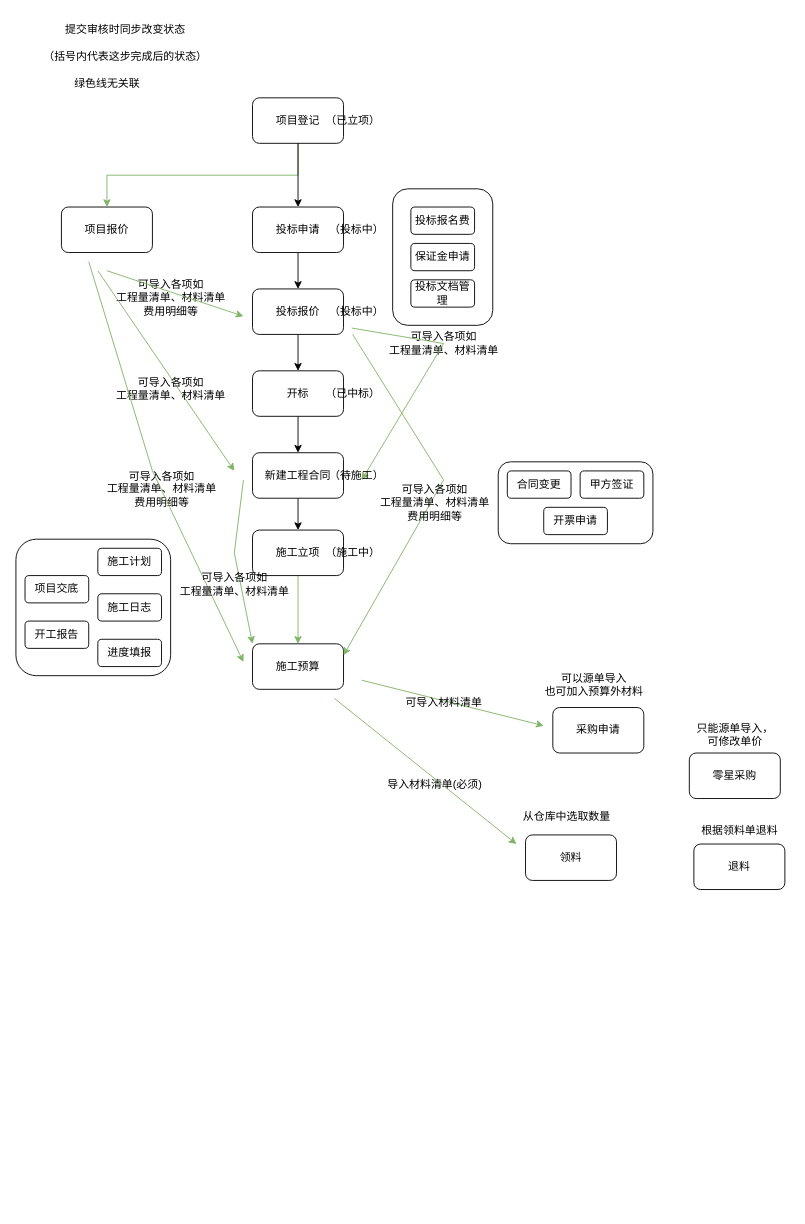
Before: 自定义项目管理.drawio in DearJJJ/my_design_pattern, a draw.io diagram. Source tidied: cells renumbered, new cells numbered last; positions are measured from the earlier drawing's top-left corner, leaving out a move shared by most shapes. Both pictures are drawn from the tidied source at 91%, with x=0, y=0 at pixel (15, 15).
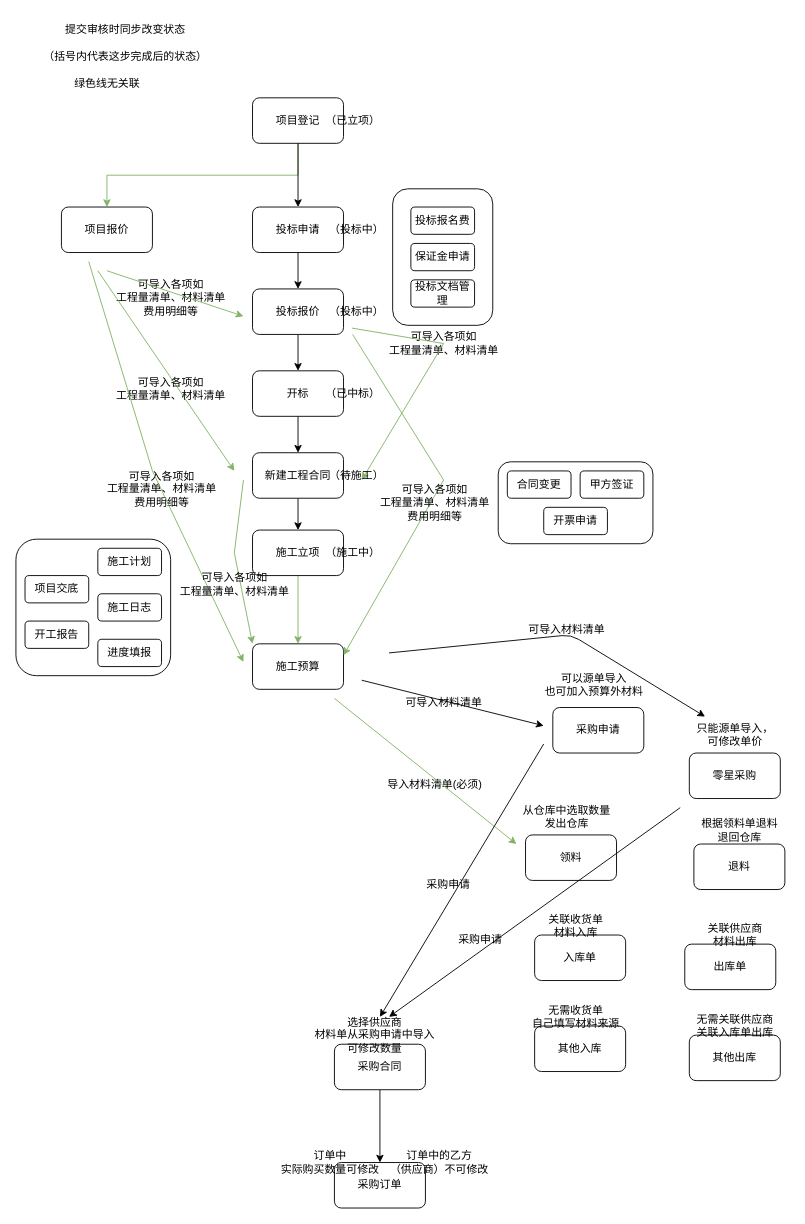
The same diagram, later.

Commit message:
更新自定义项目管理.drawio

Unchanged cells that the change refers to:
```xml
<mxCell id="50" value="只能源单导入，&lt;br&gt;可修改单价" style="text;html=1;align=center;verticalAlign=middle;points=[];strokeColor=none;fillColor=none;" parent="1" vertex="1">
  <mxGeometry x="735" y="770" width="110" height="40" as="geometry" />
</mxCell>
```

Diff of the diagram source:
```diff
@@
-    <mxCell id="40" style="endArrow=classic;html=1;rounded=0;fillColor=#d5e8d4;strokeColor=#82b366;" parent="1" edge="1">
+    <mxCell id="40" style="endArrow=classic;html=1;rounded=0;" parent="1" edge="1">
       <mxGeometry relative="1" as="geometry">
         <mxPoint x="380" y="730" as="sourcePoint" />
         <mxPoint x="580" y="780" as="targetPoint" />
       </mxGeometry>
     </mxCell>
@@
-    <mxCell id="55" value="从仓库中选取数量" style="text;html=1;align=center;verticalAlign=middle;strokeColor=none;fillColor=none;" parent="1" vertex="1">
-      <mxGeometry x="545" y="865" width="120" height="30" as="geometry" />
+    <mxCell id="55" value="从仓库中选取数量&lt;br&gt;发出仓库" style="text;html=1;align=center;verticalAlign=middle;strokeColor=none;fillColor=none;" parent="1" vertex="1">
+      <mxGeometry x="545" y="860" width="120" height="40" as="geometry" />
     </mxCell>
@@
-    <mxCell id="63" value="根据领料单退料" style="text;html=1;align=center;verticalAlign=middle;strokeColor=none;fillColor=none;" parent="1" vertex="1">
-      <mxGeometry x="740" y="880" width="110" height="30" as="geometry" />
+    <mxCell id="63" value="根据领料单退料&lt;br&gt;退回仓库" style="text;html=1;align=center;verticalAlign=middle;strokeColor=none;fillColor=none;" parent="1" vertex="1">
+      <mxGeometry x="740" y="875" width="110" height="40" as="geometry" />
     </mxCell>
@@
+    <mxCell id="65" style="endArrow=classic;html=1;rounded=1;" parent="1" edge="1" target="50">
+      <mxGeometry relative="1" as="geometry">
+        <mxPoint x="410" y="700" as="sourcePoint" />
+        <Array as="points">
+          <mxPoint x="610" y="680" />
+        </Array>
+      </mxGeometry>
+    </mxCell>
+    <mxCell id="66" value="可导入材料清单&lt;br&gt;" style="text;html=1;align=center;verticalAlign=middle;strokeColor=none;fillColor=none;" parent="1" vertex="1">
+      <mxGeometry x="550" y="660" width="110" height="30" as="geometry" />
+    </mxCell>
+    <mxCell id="67" value="入库单" style="rounded=1;whiteSpace=wrap;html=1;" parent="1" vertex="1">
+      <mxGeometry x="570" y="1010" width="100" height="50" as="geometry" />
+    </mxCell>
+    <mxCell id="68" value="出库单" style="rounded=1;whiteSpace=wrap;html=1;" parent="1" vertex="1">
+      <mxGeometry x="735" y="1020" width="100" height="50" as="geometry" />
+    </mxCell>
+    <mxCell id="69" value="关联收货单&lt;br&gt;材料入库" style="text;html=1;align=center;verticalAlign=middle;strokeColor=none;fillColor=none;" parent="1" vertex="1">
+      <mxGeometry x="575" y="980" width="80" height="40" as="geometry" />
+    </mxCell>
+    <mxCell id="70" value="关联供应商&lt;br&gt;材料出库" style="text;html=1;align=center;verticalAlign=middle;strokeColor=none;fillColor=none;" parent="1" vertex="1">
+      <mxGeometry x="750" y="990" width="80" height="40" as="geometry" />
+    </mxCell>
+    <mxCell id="71" value="其他入库" style="rounded=1;whiteSpace=wrap;html=1;" parent="1" vertex="1">
+      <mxGeometry x="570" y="1110" width="100" height="50" as="geometry" />
+    </mxCell>
+    <mxCell id="72" value="无需收货单&lt;br&gt;自己填写材料来源" style="text;html=1;align=center;verticalAlign=middle;strokeColor=none;fillColor=none;" parent="1" vertex="1">
+      <mxGeometry x="555" y="1080" width="120" height="40" as="geometry" />
+    </mxCell>
+    <mxCell id="73" value="其他出库" style="rounded=1;whiteSpace=wrap;html=1;" parent="1" vertex="1">
+      <mxGeometry x="740" y="1120" width="100" height="50" as="geometry" />
+    </mxCell>
+    <mxCell id="74" value="无需关联供应商&lt;br&gt;关联入库单出库" style="text;html=1;align=center;verticalAlign=middle;strokeColor=none;fillColor=none;" parent="1" vertex="1">
+      <mxGeometry x="735" y="1090" width="110" height="40" as="geometry" />
+    </mxCell>
+    <mxCell id="75" style="endArrow=classic;html=1;rounded=0;" parent="1" edge="1">
+      <mxGeometry relative="1" as="geometry">
+        <mxPoint x="580" y="800" as="sourcePoint" />
+        <mxPoint x="400" y="1100" as="targetPoint" />
+      </mxGeometry>
+    </mxCell>
+    <mxCell id="76" style="endArrow=classic;html=1;rounded=0;" parent="1" edge="1">
+      <mxGeometry relative="1" as="geometry">
+        <mxPoint x="730" y="870" as="sourcePoint" />
+        <mxPoint x="410" y="1100" as="targetPoint" />
+      </mxGeometry>
+    </mxCell>
+    <mxCell id="77" style="edgeStyle=orthogonalEdgeStyle;rounded=0;jettySize=auto;html=1;exitX=0.5;exitY=1;exitDx=0;exitDy=0;" parent="1" edge="1" source="78" target="79">
+      <mxGeometry relative="1" as="geometry" />
+    </mxCell>
+    <mxCell id="78" value="采购合同" style="rounded=1;whiteSpace=wrap;html=1;" parent="1" vertex="1">
+      <mxGeometry x="350" y="1130" width="100" height="50" as="geometry" />
+    </mxCell>
+    <mxCell id="79" value="采购订单" style="rounded=1;whiteSpace=wrap;html=1;" parent="1" vertex="1">
+      <mxGeometry x="350" y="1260" width="100" height="50" as="geometry" />
+    </mxCell>
+    <mxCell id="80" value="采购申请" style="text;html=1;align=center;verticalAlign=middle;strokeColor=none;fillColor=none;" parent="1" vertex="1">
+      <mxGeometry x="440" y="940" width="70" height="30" as="geometry" />
+    </mxCell>
+    <mxCell id="81" value="采购申请" style="text;html=1;align=center;verticalAlign=middle;strokeColor=none;fillColor=none;" parent="1" vertex="1">
+      <mxGeometry x="475" y="1000" width="70" height="30" as="geometry" />
+    </mxCell>
+    <mxCell id="82" value="选择供应商&lt;br&gt;材料单从采购申请中导入&lt;br&gt;可修改数量" style="text;html=1;align=center;verticalAlign=middle;strokeColor=none;fillColor=none;" parent="1" vertex="1">
+      <mxGeometry x="314" y="1090" width="160" height="60" as="geometry" />
+    </mxCell>
+    <mxCell id="83" value="订单中的乙方&lt;br&gt;（供应商）不可修改" style="text;html=1;align=center;verticalAlign=middle;strokeColor=none;fillColor=none;" parent="1" vertex="1">
+      <mxGeometry x="400" y="1240" width="130" height="40" as="geometry" />
+    </mxCell>
+    <mxCell id="84" value="订单中&lt;br&gt;实际购买数量可修改" style="text;html=1;align=center;verticalAlign=middle;strokeColor=none;fillColor=none;" parent="1" vertex="1">
+      <mxGeometry x="280" y="1240" width="130" height="40" as="geometry" />
+    </mxCell>
```
